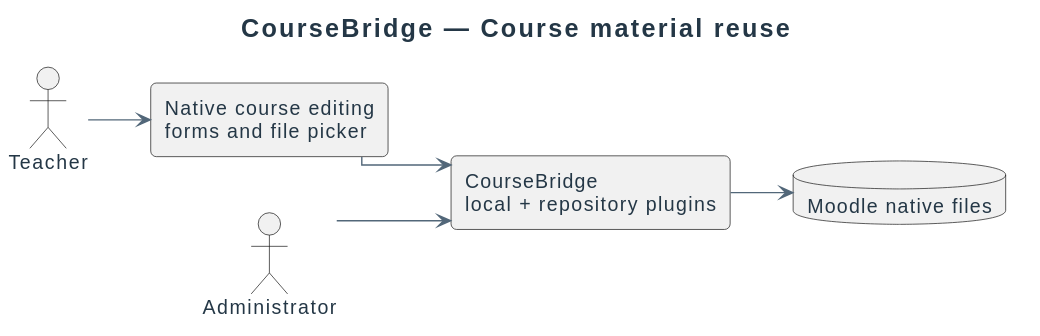
didactika/moodle-local_coursefiles keeps this PlantUML diagram as docs/diagrams/requirements/system-context.svg. Above is the earlier version. Source of this version:
```plantuml
@startuml
!include ../_style.puml
title CourseBridge — Course material reuse
left to right direction
actor Teacher
actor Administrator
rectangle "CourseBridge\nlocal + repository plugins" as Bridge
rectangle "Native course editing\nforms and file picker" as Forms
database "Moodle native files" as Files
Teacher --> Forms
Forms --> Bridge
Administrator --> Bridge
Bridge --> Files
@enduml
```
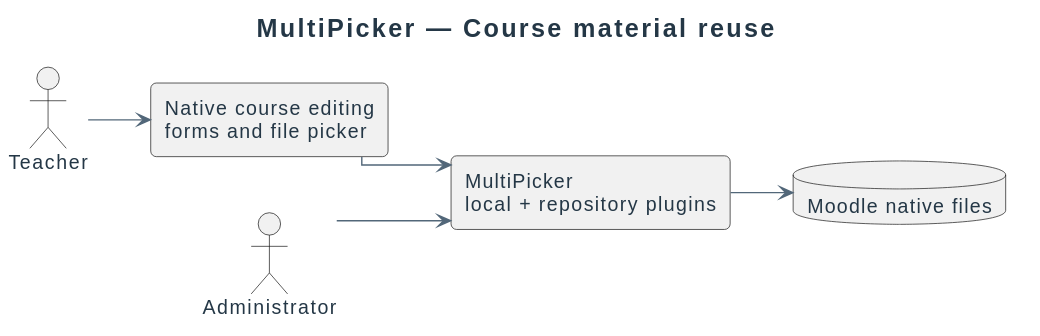
Above is the later version.

Diff of the diagram source:
```diff
@@ -1,10 +1,10 @@
 @startuml
 !include ../_style.puml
-title CourseBridge — Course material reuse
+title MultiPicker — Course material reuse
 left to right direction
 actor Teacher
 actor Administrator
-rectangle "CourseBridge\nlocal + repository plugins" as Bridge
+rectangle "MultiPicker\nlocal + repository plugins" as Bridge
 rectangle "Native course editing\nforms and file picker" as Forms
 database "Moodle native files" as Files
 Teacher --> Forms
```
